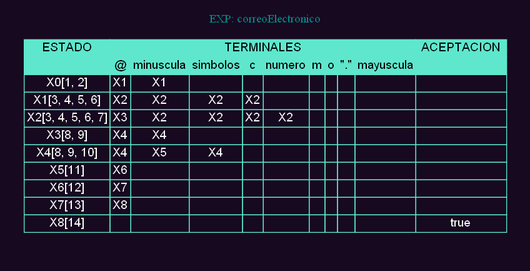
Earlier version of the Graphviz export ExRegan1/REPORTES/TRANSICIONES_202100953/Tabla_transiciones_correoElectronico.png (Damaris-Muralles/OLC_ExRegan). Its source is kept beside it as ExRegan1/REPORTES/TRANSICIONES_202100953/Tabla_transiciones_correoElectronico.dot.
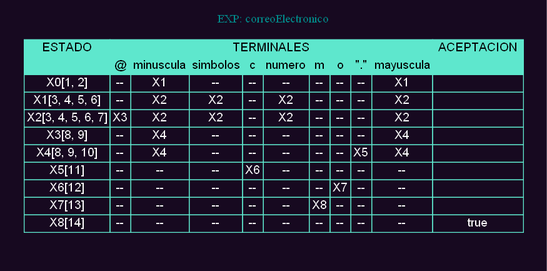
After the commit.

What changed in the source:
```diff
@@ -30,111 +30,111 @@
                     </tr>
 <tr>
                     <td><font color="white" align="center">X0[1, 2]</font></td>
+                    <td align="center"><font color="white"> -- </font></td>
                     <td align="center"><font color="white">X1</font></td>
+                    <td align="center"><font color="white"> -- </font></td>
+                    <td align="center"><font color="white"> -- </font></td>
+                    <td align="center"><font color="white"> -- </font></td>
+                    <td align="center"><font color="white"> -- </font></td>
+                    <td align="center"><font color="white"> -- </font></td>
+                    <td align="center"><font color="white"> -- </font></td>
                     <td align="center"><font color="white">X1</font></td>
-                    <td align="center"><font color="white"> </font></td>
-                    <td align="center"><font color="white"> </font></td>
-                    <td align="center"><font color="white"> </font></td>
-                    <td align="center"><font color="white"> </font></td>
-                    <td align="center"><font color="white"> </font></td>
-                    <td align="center"><font color="white"> </font></td>
-                    <td align="center"><font color="white"> </font></td>
                     <td ><font color="white" align="center"> </font></td>
                     </tr><tr>
                     <td><font color="white" align="center">X1[3, 4, 5, 6]</font></td>
+                    <td align="center"><font color="white"> -- </font></td>
                     <td align="center"><font color="white">X2</font></td>
                     <td align="center"><font color="white">X2</font></td>
+                    <td align="center"><font color="white"> -- </font></td>
                     <td align="center"><font color="white">X2</font></td>
+                    <td align="center"><font color="white"> -- </font></td>
+                    <td align="center"><font color="white"> -- </font></td>
+                    <td align="center"><font color="white"> -- </font></td>
                     <td align="center"><font color="white">X2</font></td>
-                    <td align="center"><font color="white"> </font></td>
-                    <td align="center"><font color="white"> </font></td>
-                    <td align="center"><font color="white"> </font></td>
-                    <td align="center"><font color="white"> </font></td>
-                    <td align="center"><font color="white"> </font></td>
                     <td ><font color="white" align="center"> </font></td>
                     </tr><tr>
                     <td><font color="white" align="center">X2[3, 4, 5, 6, 7]</font></td>
                     <td align="center"><font color="white">X3</font></td>
                     <td align="center"><font color="white">X2</font></td>
                     <td align="center"><font color="white">X2</font></td>
+                    <td align="center"><font color="white"> -- </font></td>
                     <td align="center"><font color="white">X2</font></td>
+                    <td align="center"><font color="white"> -- </font></td>
+                    <td align="center"><font color="white"> -- </font></td>
+                    <td align="center"><font color="white"> -- </font></td>
                     <td align="center"><font color="white">X2</font></td>
-                    <td align="center"><font color="white"> </font></td>
-                    <td align="center"><font color="white"> </font></td>
-                    <td align="center"><font color="white"> </font></td>
-                    <td align="center"><font color="white"> </font></td>
                     <td ><font color="white" align="center"> </font></td>
                     </tr><tr>
                     <td><font color="white" align="center">X3[8, 9]</font></td>
+                    <td align="center"><font color="white"> -- </font></td>
                     <td align="center"><font color="white">X4</font></td>
+                    <td align="center"><font color="white"> -- </font></td>
+                    <td align="center"><font color="white"> -- </font></td>
+                    <td align="center"><font color="white"> -- </font></td>
+                    <td align="center"><font color="white"> -- </font></td>
+                    <td align="center"><font color="white"> -- </font></td>
+                    <td align="center"><font color="white"> -- </font></td>
                     <td align="center"><font color="white">X4</font></td>
-                    <td align="center"><font color="white"> </font></td>
-                    <td align="center"><font color="white"> </font></td>
-                    <td align="center"><font color="white"> </font></td>
-                    <td align="center"><font color="white"> </font></td>
-                    <td align="center"><font color="white"> </font></td>
-                    <td align="center"><font color="white"> </font></td>
-                    <td align="center"><font color="white"> </font></td>
                     <td ><font color="white" align="center"> </font></td>
                     </tr><tr>
                     <td><font color="white" align="center">X4[8, 9, 10]</font></td>
+                    <td align="center"><font color="white"> -- </font></td>
                     <td align="center"><font color="white">X4</font></td>
+                    <td align="center"><font color="white"> -- </font></td>
+                    <td align="center"><font color="white"> -- </font></td>
+                    <td align="center"><font color="white"> -- </font></td>
+                    <td align="center"><font color="white"> -- </font></td>
+                    <td align="center"><font color="white"> -- </font></td>
                     <td align="center"><font color="white">X5</font></td>
                     <td align="center"><font color="white">X4</font></td>
-                    <td align="center"><font color="white"> </font></td>
-                    <td align="center"><font color="white"> </font></td>
-                    <td align="center"><font color="white"> </font></td>
-                    <td align="center"><font color="white"> </font></td>
-                    <td align="center"><font color="white"> </font></td>
-                    <td align="center"><font color="white"> </font></td>
                     <td ><font color="white" align="center"> </font></td>
                     </tr><tr>
                     <td><font color="white" align="center">X5[11]</font></td>
+                    <td align="center"><font color="white"> -- </font></td>
+                    <td align="center"><font color="white"> -- </font></td>
+                    <td align="center"><font color="white"> -- </font></td>
                     <td align="center"><font color="white">X6</font></td>
-                    <td align="center"><font color="white"> </font></td>
-                    <td align="center"><font color="white"> </font></td>
-                    <td align="center"><font color="white"> </font></td>
-                    <td align="center"><font color="white"> </font></td>
-                    <td align="center"><font color="white"> </font></td>
-                    <td align="center"><font color="white"> </font></td>
-                    <td align="center"><font color="white"> </font></td>
-                    <td align="center"><font color="white"> </font></td>
+                    <td align="center"><font color="white"> -- </font></td>
+                    <td align="center"><font color="white"> -- </font></td>
+                    <td align="center"><font color="white"> -- </font></td>
+                    <td align="center"><font color="white"> -- </font></td>
+                    <td align="center"><font color="white"> -- </font></td>
                     <td ><font color="white" align="center"> </font></td>
                     </tr><tr>
                     <td><font color="white" align="center">X6[12]</font></td>
+                    <td align="center"><font color="white"> -- </font></td>
+                    <td align="center"><font color="white"> -- </font></td>
+                    <td align="center"><font color="white"> -- </font></td>
+                    <td align="center"><font color="white"> -- </font></td>
+                    <td align="center"><font color="white"> -- </font></td>
+                    <td align="center"><font color="white"> -- </font></td>
                     <td align="center"><font color="white">X7</font></td>
-                    <td align="center"><font color="white"> </font></td>
-                    <td align="center"><font color="white"> </font></td>
-                    <td align="center"><font color="white"> </font></td>
-                    <td align="center"><font color="white"> </font></td>
-                    <td align="center"><font color="white"> </font></td>
-                    <td align="center"><font color="white"> </font></td>
-                    <td align="center"><font color="white"> </font></td>
-                    <td align="center"><font color="white"> </font></td>
+                    <td align="center"><font color="white"> -- </font></td>
+                    <td align="center"><font color="white"> -- </font></td>
                     <td ><font color="white" align="center"> </font></td>
                     </tr><tr>
                     <td><font color="white" align="center">X7[13]</font></td>
+                    <td align="center"><font color="white"> -- </font></td>
+                    <td align="center"><font color="white"> -- </font></td>
+                    <td align="center"><font color="white"> -- </font></td>
+                    <td align="center"><font color="white"> -- </font></td>
+                    <td align="center"><font color="white"> -- </font></td>
                     <td align="center"><font color="white">X8</font></td>
-                    <td align="center"><font color="white"> </font></td>
-                    <td align="center"><font color="white"> </font></td>
-                    <td align="center"><font color="white"> </font></td>
-                    <td align="center"><font color="white"> </font></td>
-                    <td align="center"><font color="white"> </font></td>
-                    <td align="center"><font color="white"> </font></td>
-                    <td align="center"><font color="white"> </font></td>
-                    <td align="center"><font color="white"> </font></td>
+                    <td align="center"><font color="white"> -- </font></td>
+                    <td align="center"><font color="white"> -- </font></td>
+                    <td align="center"><font color="white"> -- </font></td>
                     <td ><font color="white" align="center"> </font></td>
                     </tr><tr>
                     <td><font color="white" align="center">X8[14]</font></td>
-                    <td align="center"><font color="white"> </font></td>
-                    <td align="center"><font color="white"> </font></td>
-                    <td align="center"><font color="white"> </font></td>
-                    <td align="center"><font color="white"> </font></td>
-                    <td align="center"><font color="white"> </font></td>
-                    <td align="center"><font color="white"> </font></td>
-                    <td align="center"><font color="white"> </font></td>
-                    <td align="center"><font color="white"> </font></td>
-                    <td align="center"><font color="white"> </font></td>
+                    <td align="center"><font color="white"> -- </font></td>
+                    <td align="center"><font color="white"> -- </font></td>
+                    <td align="center"><font color="white"> -- </font></td>
+                    <td align="center"><font color="white"> -- </font></td>
+                    <td align="center"><font color="white"> -- </font></td>
+                    <td align="center"><font color="white"> -- </font></td>
+                    <td align="center"><font color="white"> -- </font></td>
+                    <td align="center"><font color="white"> -- </font></td>
+                    <td align="center"><font color="white"> -- </font></td>
                     <td ><font color="white" align="center">true</font></td>
                     </tr>                </table>
         > ] ;
```
